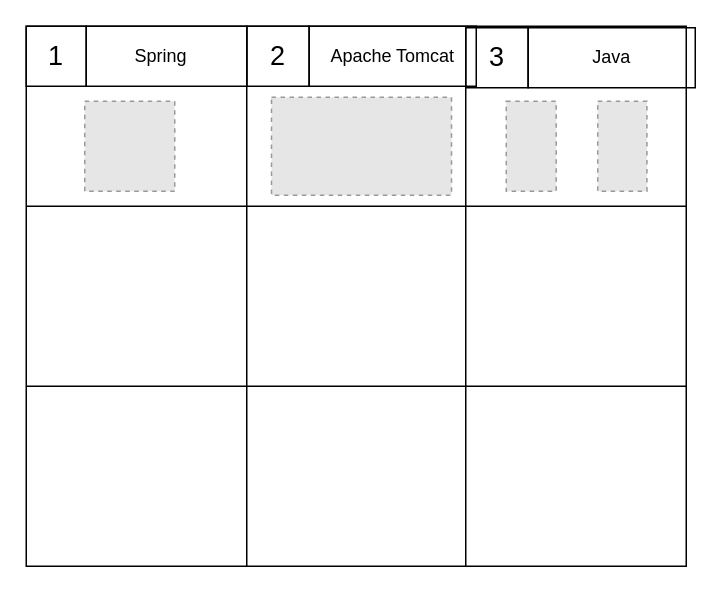
Earlier version of the draw.io diagram clipsarts.drawio (kretasei/ecodes-service). Source tidied: cells renumbered, new cells numbered last; positions are measured from the earlier drawing's top-left corner, leaving out a move shared by most shapes. Both pictures are drawn from the tidied source at 150%, with x=0, y=0 at pixel (26, 26). Pictures stored in the file or linked from it are replaced by grey dashed boxes.
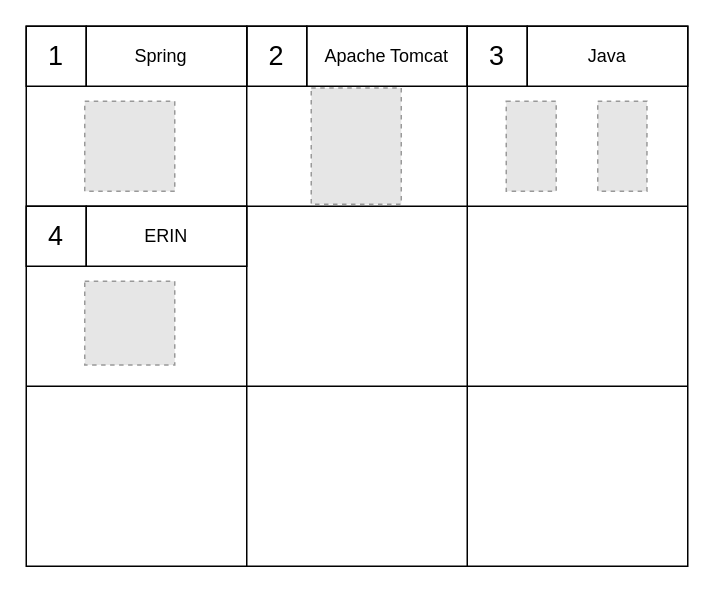
The same page after the edit.

Commit message:
add tomcat and erin

What changed in the source:
```diff
@@
     <mxCell id="2" style="shape=table;startSize=0;childLayout=tableLayout;fontSize=16;fillColor=none;" parent="1" vertex="1">
-      <mxGeometry width="440" height="360" as="geometry" />
+      <mxGeometry width="441" height="360" as="geometry" />
     </mxCell>
     <mxCell id="3" style="shape=tableRow;horizontal=0;startSize=0;swimlaneHead=0;swimlaneBody=0;strokeColor=inherit;top=0;left=0;bottom=0;right=0;fillColor=none;fontSize=16;" parent="2" vertex="1">
-      <mxGeometry width="440" height="120" as="geometry" />
+      <mxGeometry width="441" height="120" as="geometry" />
     </mxCell>
@@
     <mxCell id="5" style="shape=partialRectangle;html=1;whiteSpace=wrap;strokeColor=inherit;overflow=hidden;fillColor=none;top=0;left=0;bottom=0;right=0;fontSize=16;" parent="3" vertex="1">
-      <mxGeometry x="147" width="146" height="120" as="geometry" />
+      <mxGeometry x="147" width="147" height="120" as="geometry" />
     </mxCell>
     <mxCell id="6" style="shape=partialRectangle;html=1;whiteSpace=wrap;strokeColor=inherit;overflow=hidden;fillColor=none;top=0;left=0;bottom=0;right=0;fontSize=16;" parent="3" vertex="1">
-      <mxGeometry x="293" width="147" height="120" as="geometry" />
+      <mxGeometry x="294" width="147" height="120" as="geometry" />
     </mxCell>
     <mxCell id="7" style="shape=tableRow;horizontal=0;startSize=0;swimlaneHead=0;swimlaneBody=0;strokeColor=inherit;top=0;left=0;bottom=0;right=0;fillColor=none;fontSize=16;" parent="2" vertex="1">
-      <mxGeometry y="120" width="440" height="120" as="geometry" />
+      <mxGeometry y="120" width="441" height="120" as="geometry" />
     </mxCell>
@@
     <mxCell id="9" style="shape=partialRectangle;html=1;whiteSpace=wrap;strokeColor=inherit;overflow=hidden;fillColor=none;top=0;left=0;bottom=0;right=0;fontSize=16;" parent="7" vertex="1">
-      <mxGeometry x="147" width="146" height="120" as="geometry" />
+      <mxGeometry x="147" width="147" height="120" as="geometry" />
     </mxCell>
     <mxCell id="10" style="shape=partialRectangle;html=1;whiteSpace=wrap;strokeColor=inherit;overflow=hidden;fillColor=none;top=0;left=0;bottom=0;right=0;fontSize=16;" parent="7" vertex="1">
-      <mxGeometry x="293" width="147" height="120" as="geometry" />
+      <mxGeometry x="294" width="147" height="120" as="geometry" />
     </mxCell>
     <mxCell id="11" style="shape=tableRow;horizontal=0;startSize=0;swimlaneHead=0;swimlaneBody=0;strokeColor=inherit;top=0;left=0;bottom=0;right=0;fillColor=none;fontSize=16;" parent="2" vertex="1">
-      <mxGeometry y="240" width="440" height="120" as="geometry" />
+      <mxGeometry y="240" width="441" height="120" as="geometry" />
     </mxCell>
@@
     <mxCell id="13" style="shape=partialRectangle;html=1;whiteSpace=wrap;strokeColor=inherit;overflow=hidden;fillColor=none;top=0;left=0;bottom=0;right=0;fontSize=16;" parent="11" vertex="1">
-      <mxGeometry x="147" width="146" height="120" as="geometry" />
+      <mxGeometry x="147" width="147" height="120" as="geometry" />
     </mxCell>
     <mxCell id="14" style="shape=partialRectangle;html=1;whiteSpace=wrap;strokeColor=inherit;overflow=hidden;fillColor=none;top=0;left=0;bottom=0;right=0;fontSize=16;" parent="11" vertex="1">
-      <mxGeometry x="293" width="147" height="120" as="geometry" />
+      <mxGeometry x="294" width="147" height="120" as="geometry" />
     </mxCell>
@@
     <mxCell id="20" style="group;" parent="1" vertex="1">
-      <mxGeometry x="147" width="153" height="40" as="geometry" />
+      <mxGeometry x="147" width="147" height="40" as="geometry" />
     </mxCell>
     <mxCell id="21" value="&lt;font style=&quot;font-size: 18px;&quot;&gt;2&lt;/font&gt;" style="text;html=1;align=center;verticalAlign=middle;whiteSpace=wrap;rounded=0;arcSize=50;strokeColor=default;glass=0;shadow=0;" parent="20" vertex="1">
-      <mxGeometry width="41.6" height="40" as="geometry" />
+      <mxGeometry width="40" height="40" as="geometry" />
     </mxCell>
     <mxCell id="22" value="Apache Tomcat" style="rounded=0;whiteSpace=wrap;html=1;fillColor=none;" parent="20" vertex="1">
-      <mxGeometry x="41.6" width="111.4" height="40" as="geometry" />
+      <mxGeometry x="40" width="107" height="40" as="geometry" />
     </mxCell>
-    <mxCell id="23" style="fillColor=#E6E6E6;strokeColor=#999999;dashed=1;verticalLabelPosition=bottom;labelBackgroundColor=default;verticalAlign=top;" parent="1" vertex="1">
-      <mxGeometry x="163.5" y="47.4" width="120" height="65.2" as="geometry" />
-    </mxCell>
     <mxCell id="24" style="group;" parent="1" vertex="1">
-      <mxGeometry x="293" y="1" width="153" height="40" as="geometry" />
+      <mxGeometry x="294" width="147" height="40" as="geometry" />
     </mxCell>
     <mxCell id="25" value="&lt;font style=&quot;font-size: 18px;&quot;&gt;3&lt;/font&gt;" style="text;html=1;align=center;verticalAlign=middle;whiteSpace=wrap;rounded=0;arcSize=50;strokeColor=default;glass=0;shadow=0;" parent="24" vertex="1">
-      <mxGeometry width="41.6" height="40" as="geometry" />
+      <mxGeometry width="40" height="40" as="geometry" />
     </mxCell>
     <mxCell id="26" value="Java" style="rounded=0;whiteSpace=wrap;html=1;fillColor=none;" parent="24" vertex="1">
-      <mxGeometry x="41.6" width="111.4" height="40" as="geometry" />
+      <mxGeometry x="40" width="107" height="40" as="geometry" />
     </mxCell>
@@
+    <mxCell id="29" style="fillColor=#E6E6E6;strokeColor=#999999;dashed=1;verticalLabelPosition=bottom;labelBackgroundColor=default;verticalAlign=top;" parent="1" vertex="1">
+      <mxGeometry x="190" y="41.2" width="60" height="77.5" as="geometry" />
+    </mxCell>
+    <mxCell id="30" style="group;" parent="1" vertex="1">
+      <mxGeometry y="120" width="147" height="40" as="geometry" />
+    </mxCell>
+    <mxCell id="31" value="&lt;font style=&quot;font-size: 18px;&quot;&gt;4&lt;/font&gt;" style="text;html=1;align=center;verticalAlign=middle;whiteSpace=wrap;rounded=0;arcSize=50;strokeColor=default;glass=0;shadow=0;" parent="30" vertex="1">
+      <mxGeometry width="40" height="40" as="geometry" />
+    </mxCell>
+    <mxCell id="32" value="ERIN" style="rounded=0;whiteSpace=wrap;html=1;fillColor=none;" parent="30" vertex="1">
+      <mxGeometry x="40" width="107" height="40" as="geometry" />
+    </mxCell>
+    <mxCell id="33" style="fillColor=#E6E6E6;strokeColor=#999999;dashed=1;verticalLabelPosition=bottom;labelBackgroundColor=default;verticalAlign=top;" parent="1" vertex="1">
+      <mxGeometry x="39" y="170" width="60" height="55.9" as="geometry" />
+    </mxCell>
```
